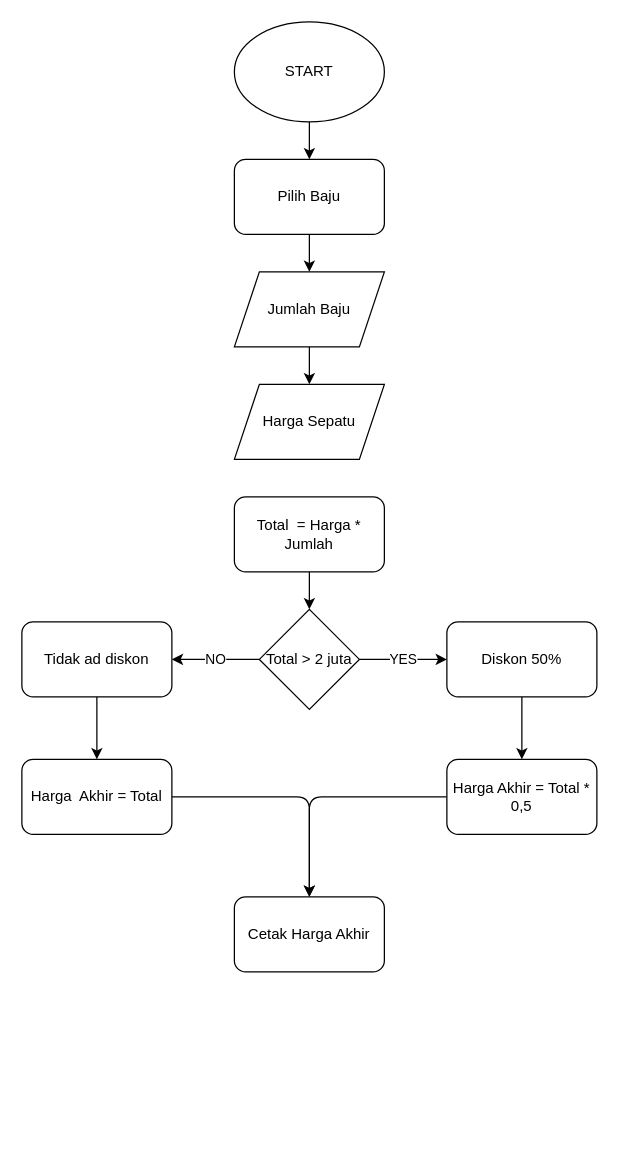
The draw.io diagram flowchart.drawio in Yorikh11/Yorikh_Andika-Kalkulator_Diskon, before the edit. Source tidied: cells renumbered, new cells numbered last; positions are measured from the earlier drawing's top-left corner, leaving out a move shared by most shapes. Both pictures are drawn from the tidied source at 125%, with x=0, y=0 at pixel (21, 21).
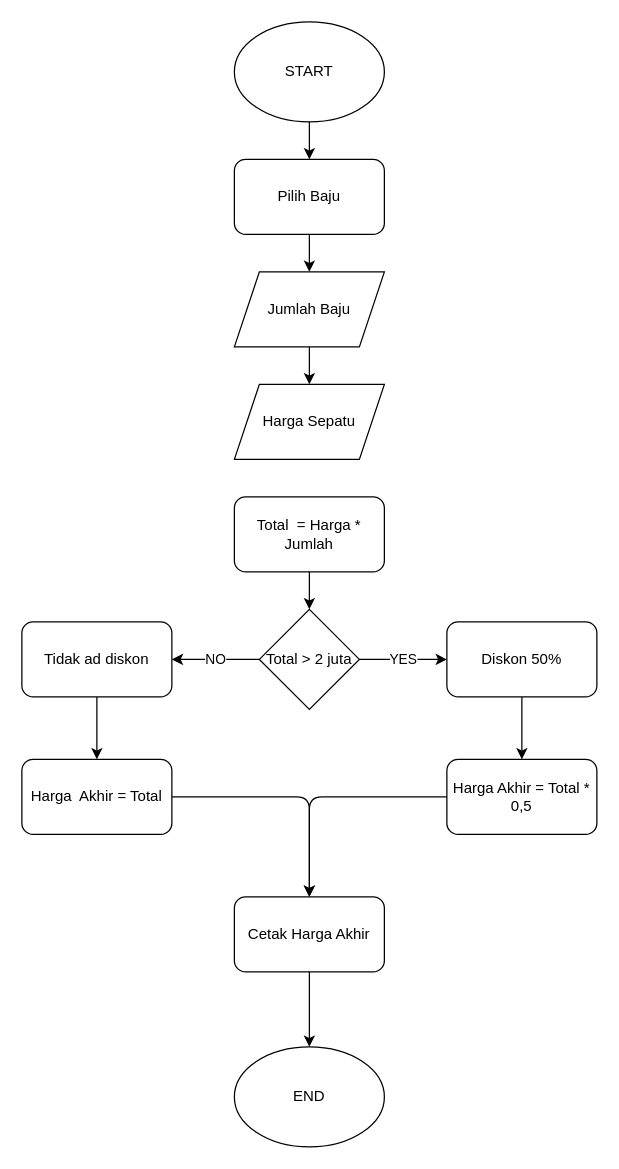
Above is the later version.

Commit message:
Flowchart Selesai

The change refers to these unchanged cells:
```xml
<mxCell id="18" value="Cetak Harga Akhir" style="rounded=1;whiteSpace=wrap;html=1;" parent="1" vertex="1">
  <mxGeometry x="170" y="700" width="120" height="60" as="geometry" />
</mxCell>
```

The edit, as a diff of the source:
```diff
@@
+    <mxCell id="23" style="edgeStyle=none;html=1;exitX=0.5;exitY=1;exitDx=0;exitDy=0;entryX=0.5;entryY=0;entryDx=0;entryDy=0;" parent="1" edge="1" source="18" target="24">
+      <mxGeometry relative="1" as="geometry" />
+    </mxCell>
@@
+    <mxCell id="24" value="END" style="ellipse;whiteSpace=wrap;html=1;" parent="1" vertex="1">
+      <mxGeometry x="170" y="820" width="120" height="80" as="geometry" />
+    </mxCell>
```
